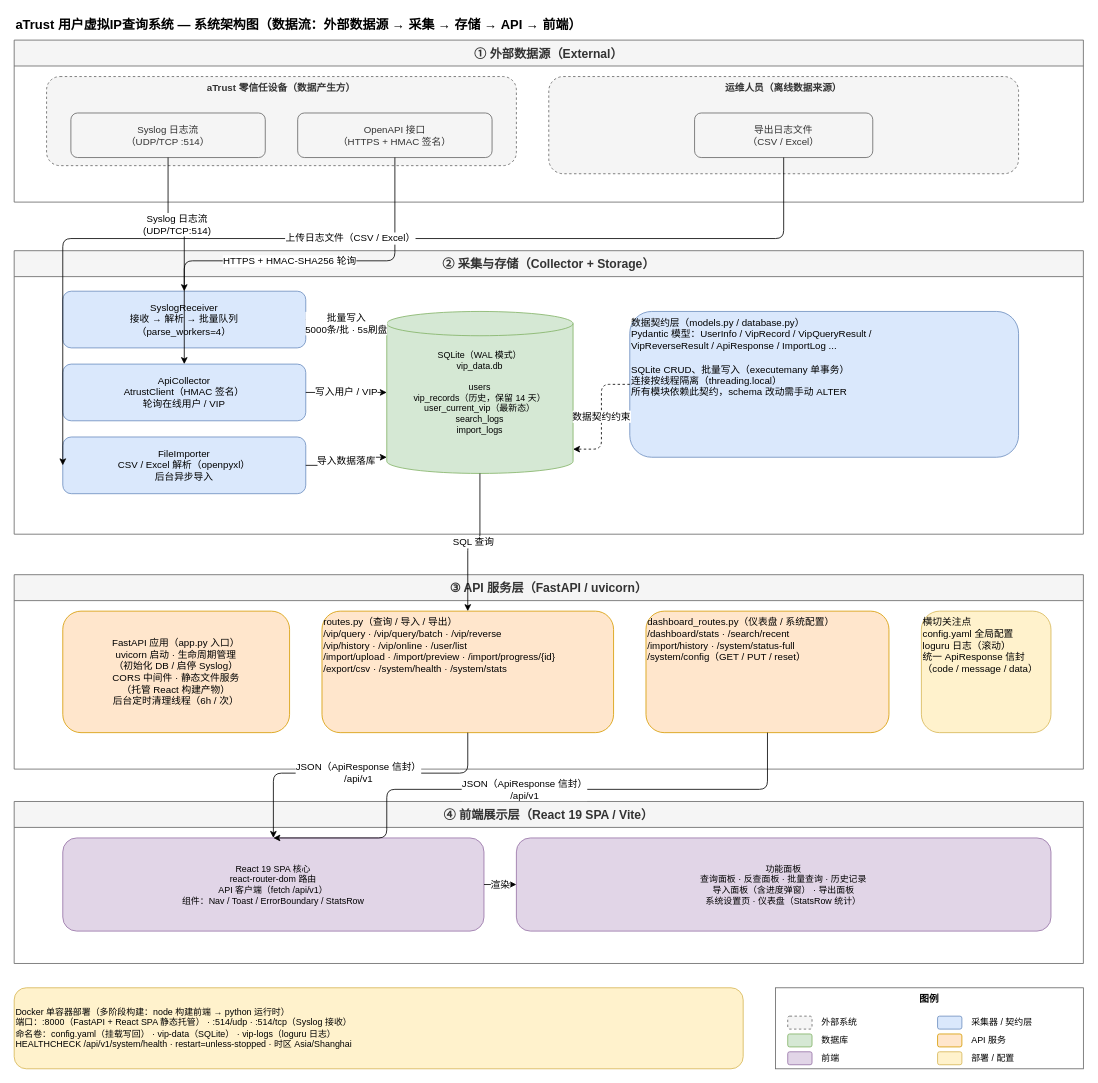
skillre/atrust-vip-query keeps this draw.io diagram as docs/atrust-vip-architecture.drawio. Above is the earlier version. Source tidied: cells renumbered, new cells numbered last; positions are measured from the earlier drawing's top-left corner, leaving out a move shared by most shapes. Both pictures are drawn from the tidied source at 81%, with x=0, y=0 at pixel (14, 14).
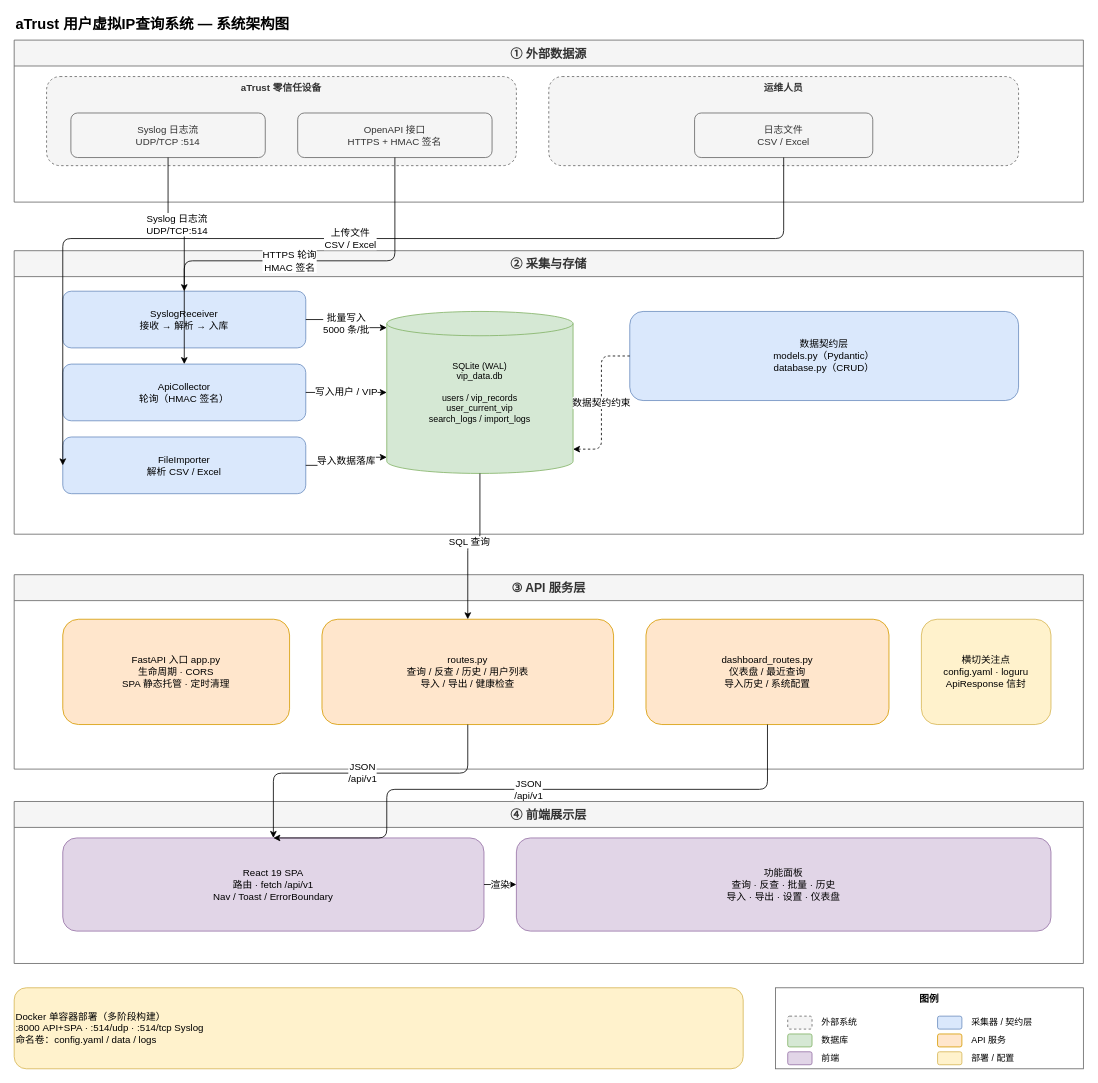
The same diagram, later.

Commit message:
docs: 架构图精简文字（每框≤3行），经第4轮 subagent 评审通过定稿

What changed in the source:
```diff
@@
-    <mxCell id="2" value="aTrust 用户虚拟IP查询系统 — 系统架构图（数据流：外部数据源 → 采集 → 存储 → API → 前端）" style="text;html=1;fontSize=16;fontStyle=1;align=left;verticalAlign=middle;" parent="1" vertex="1">
-      <mxGeometry width="1300" height="26" as="geometry" />
+    <mxCell id="2" value="aTrust 用户虚拟IP查询系统 — 系统架构图" style="text;html=1;fontSize=18;fontStyle=1;align=left;verticalAlign=middle;" parent="1" vertex="1">
+      <mxGeometry width="700" height="26" as="geometry" />
     </mxCell>
-    <mxCell id="3" value="① 外部数据源（External）" style="swimlane;startSize=32;fillColor=#f5f5f5;strokeColor=#666666;whiteSpace=wrap;html=1;fontStyle=1;fontSize=15;fontColor=#333333;" parent="1" vertex="1">
+    <mxCell id="3" value="① 外部数据源" style="swimlane;startSize=32;fillColor=#f5f5f5;strokeColor=#666666;whiteSpace=wrap;html=1;fontStyle=1;fontSize=15;fontColor=#333333;" parent="1" vertex="1">
       <mxGeometry y="32" width="1320" height="200" as="geometry" />
     </mxCell>
-    <mxCell id="4" value="aTrust 零信任设备（数据产生方）" style="rounded=1;dashed=1;fillColor=#f5f5f5;strokeColor=#666666;whiteSpace=wrap;html=1;verticalAlign=top;fontStyle=1;fontColor=#333333;" parent="3" vertex="1">
+    <mxCell id="4" value="aTrust 零信任设备" style="rounded=1;dashed=1;fillColor=#f5f5f5;strokeColor=#666666;whiteSpace=wrap;html=1;verticalAlign=top;fontStyle=1;fontColor=#333333;" parent="3" vertex="1">
       <mxGeometry x="40" y="45" width="580" height="110" as="geometry" />
     </mxCell>
-    <mxCell id="5" value="Syslog 日志流&#10;（UDP/TCP :514）" style="rounded=1;whiteSpace=wrap;html=1;fillColor=#f5f5f5;strokeColor=#666666;fontColor=#333333;" parent="4" vertex="1">
+    <mxCell id="5" value="Syslog 日志流&#10;UDP/TCP :514" style="rounded=1;whiteSpace=wrap;html=1;fillColor=#f5f5f5;strokeColor=#666666;fontColor=#333333;" parent="4" vertex="1">
       <mxGeometry x="30" y="45" width="240" height="55" as="geometry" />
     </mxCell>
-    <mxCell id="6" value="OpenAPI 接口&#10;（HTTPS + HMAC 签名）" style="rounded=1;whiteSpace=wrap;html=1;fillColor=#f5f5f5;strokeColor=#666666;fontColor=#333333;" parent="4" vertex="1">
+    <mxCell id="6" value="OpenAPI 接口&#10;HTTPS + HMAC 签名" style="rounded=1;whiteSpace=wrap;html=1;fillColor=#f5f5f5;strokeColor=#666666;fontColor=#333333;" parent="4" vertex="1">
       <mxGeometry x="310" y="45" width="240" height="55" as="geometry" />
     </mxCell>
-    <mxCell id="7" value="运维人员（离线数据来源）" style="rounded=1;dashed=1;fillColor=#f5f5f5;strokeColor=#666666;whiteSpace=wrap;html=1;verticalAlign=top;fontStyle=1;fontColor=#333333;" parent="3" vertex="1">
-      <mxGeometry x="660" y="45" width="580" height="120" as="geometry" />
+    <mxCell id="7" value="运维人员" style="rounded=1;dashed=1;fillColor=#f5f5f5;strokeColor=#666666;whiteSpace=wrap;html=1;verticalAlign=top;fontStyle=1;fontColor=#333333;" parent="3" vertex="1">
+      <mxGeometry x="660" y="45" width="580" height="110" as="geometry" />
     </mxCell>
-    <mxCell id="8" value="导出日志文件&#10;（CSV / Excel）" style="rounded=1;whiteSpace=wrap;html=1;fillColor=#f5f5f5;strokeColor=#666666;fontColor=#333333;" parent="7" vertex="1">
+    <mxCell id="8" value="日志文件&#10;CSV / Excel" style="rounded=1;whiteSpace=wrap;html=1;fillColor=#f5f5f5;strokeColor=#666666;fontColor=#333333;" parent="7" vertex="1">
       <mxGeometry x="180" y="45" width="220" height="55" as="geometry" />
     </mxCell>
-    <mxCell id="9" value="② 采集与存储（Collector + Storage）" style="swimlane;startSize=32;fillColor=#f5f5f5;strokeColor=#666666;whiteSpace=wrap;html=1;fontStyle=1;fontSize=15;fontColor=#333333;" parent="1" vertex="1">
+    <mxCell id="9" value="② 采集与存储" style="swimlane;startSize=32;fillColor=#f5f5f5;strokeColor=#666666;whiteSpace=wrap;html=1;fontStyle=1;fontSize=15;fontColor=#333333;" parent="1" vertex="1">
       <mxGeometry y="292" width="1320" height="350" as="geometry" />
     </mxCell>
-    <mxCell id="10" value="SyslogReceiver&#10;接收 → 解析 → 批量队列&#10;（parse_workers=4）" style="rounded=1;whiteSpace=wrap;html=1;fillColor=#dae8fc;strokeColor=#6c8ebf;fontSize=12;" parent="9" vertex="1">
+    <mxCell id="10" value="SyslogReceiver&#10;接收 → 解析 → 入库" style="rounded=1;whiteSpace=wrap;html=1;fillColor=#dae8fc;strokeColor=#6c8ebf;fontSize=12;" parent="9" vertex="1">
       <mxGeometry x="60" y="50" width="300" height="70" as="geometry" />
     </mxCell>
-    <mxCell id="11" value="ApiCollector&#10;AtrustClient（HMAC 签名）&#10;轮询在线用户 / VIP" style="rounded=1;whiteSpace=wrap;html=1;fillColor=#dae8fc;strokeColor=#6c8ebf;fontSize=12;" parent="9" vertex="1">
+    <mxCell id="11" value="ApiCollector&#10;轮询（HMAC 签名）" style="rounded=1;whiteSpace=wrap;html=1;fillColor=#dae8fc;strokeColor=#6c8ebf;fontSize=12;" parent="9" vertex="1">
       <mxGeometry x="60" y="140" width="300" height="70" as="geometry" />
     </mxCell>
-    <mxCell id="12" value="FileImporter&#10;CSV / Excel 解析（openpyxl）&#10;后台异步导入" style="rounded=1;whiteSpace=wrap;html=1;fillColor=#dae8fc;strokeColor=#6c8ebf;fontSize=12;" parent="9" vertex="1">
+    <mxCell id="12" value="FileImporter&#10;解析 CSV / Excel" style="rounded=1;whiteSpace=wrap;html=1;fillColor=#dae8fc;strokeColor=#6c8ebf;fontSize=12;" parent="9" vertex="1">
       <mxGeometry x="60" y="230" width="300" height="70" as="geometry" />
     </mxCell>
-    <mxCell id="13" value="SQLite（WAL 模式）&#10;vip_data.db&#10;&#10;users&#10;vip_records（历史，保留 14 天）&#10;user_current_vip（最新态）&#10;search_logs&#10;import_logs" style="shape=cylinder3;whiteSpace=wrap;html=1;fillColor=#d5e8d4;strokeColor=#82b366;fontSize=11;" parent="9" vertex="1">
+    <mxCell id="13" value="SQLite (WAL)&#10;vip_data.db&#10;&#10;users / vip_records&#10;user_current_vip&#10;search_logs / import_logs" style="shape=cylinder3;whiteSpace=wrap;html=1;fillColor=#d5e8d4;strokeColor=#82b366;fontSize=11;" parent="9" vertex="1">
       <mxGeometry x="460" y="75" width="230" height="200" as="geometry" />
     </mxCell>
-    <mxCell id="14" value="数据契约层（models.py / database.py）&#10;Pydantic 模型：UserInfo / VipRecord / VipQueryResult /&#10;VipReverseResult / ApiResponse / ImportLog ...&#10;&#10;SQLite CRUD、批量写入（executemany 单事务）&#10;连接按线程隔离（threading.local）&#10;所有模块依赖此契约，schema 改动需手动 ALTER" style="rounded=1;whiteSpace=wrap;html=1;fillColor=#dae8fc;strokeColor=#6c8ebf;align=left;verticalAlign=top;fontSize=12;" parent="9" vertex="1">
-      <mxGeometry x="760" y="75" width="480" height="180" as="geometry" />
+    <mxCell id="14" value="数据契约层&#10;models.py（Pydantic）&#10;database.py（CRUD）" style="rounded=1;whiteSpace=wrap;html=1;fillColor=#dae8fc;strokeColor=#6c8ebf;fontSize=12;" parent="9" vertex="1">
+      <mxGeometry x="760" y="75" width="480" height="110" as="geometry" />
     </mxCell>
-    <mxCell id="15" value="③ API 服务层（FastAPI / uvicorn）" style="swimlane;startSize=32;fillColor=#f5f5f5;strokeColor=#666666;whiteSpace=wrap;html=1;fontStyle=1;fontSize=15;fontColor=#333333;" parent="1" vertex="1">
+    <mxCell id="15" value="③ API 服务层" style="swimlane;startSize=32;fillColor=#f5f5f5;strokeColor=#666666;whiteSpace=wrap;html=1;fontStyle=1;fontSize=15;fontColor=#333333;" parent="1" vertex="1">
       <mxGeometry y="692" width="1320" height="240" as="geometry" />
     </mxCell>
-    <mxCell id="16" value="FastAPI 应用（app.py 入口）&#10;uvicorn 启动 · 生命周期管理&#10;（初始化 DB / 启停 Syslog）&#10;CORS 中间件 · 静态文件服务&#10;（托管 React 构建产物）&#10;后台定时清理线程（6h / 次）" style="rounded=1;whiteSpace=wrap;html=1;fillColor=#ffe6cc;strokeColor=#d79b00;fontSize=12;" parent="15" vertex="1">
-      <mxGeometry x="60" y="45" width="280" height="150" as="geometry" />
+    <mxCell id="16" value="FastAPI 入口 app.py&#10;生命周期 · CORS&#10;SPA 静态托管 · 定时清理" style="rounded=1;whiteSpace=wrap;html=1;fillColor=#ffe6cc;strokeColor=#d79b00;fontSize=12;" parent="15" vertex="1">
+      <mxGeometry x="60" y="55" width="280" height="130" as="geometry" />
     </mxCell>
-    <mxCell id="17" value="routes.py（查询 / 导入 / 导出）&#10;/vip/query · /vip/query/batch · /vip/reverse&#10;/vip/history · /vip/online · /user/list&#10;/import/upload · /import/preview · /import/progress/{id}&#10;/export/csv · /system/health · /system/stats" style="rounded=1;whiteSpace=wrap;html=1;fillColor=#ffe6cc;strokeColor=#d79b00;align=left;verticalAlign=top;fontSize=12;" parent="15" vertex="1">
-      <mxGeometry x="380" y="45" width="360" height="150" as="geometry" />
+    <mxCell id="17" value="routes.py&#10;查询 / 反查 / 历史 / 用户列表&#10;导入 / 导出 / 健康检查" style="rounded=1;whiteSpace=wrap;html=1;fillColor=#ffe6cc;strokeColor=#d79b00;fontSize=12;" parent="15" vertex="1">
+      <mxGeometry x="380" y="55" width="360" height="130" as="geometry" />
     </mxCell>
-    <mxCell id="18" value="dashboard_routes.py（仪表盘 / 系统配置）&#10;/dashboard/stats · /search/recent&#10;/import/history · /system/status-full&#10;/system/config（GET / PUT / reset）" style="rounded=1;whiteSpace=wrap;html=1;fillColor=#ffe6cc;strokeColor=#d79b00;align=left;verticalAlign=top;fontSize=12;" parent="15" vertex="1">
-      <mxGeometry x="780" y="45" width="300" height="150" as="geometry" />
+    <mxCell id="18" value="dashboard_routes.py&#10;仪表盘 / 最近查询&#10;导入历史 / 系统配置" style="rounded=1;whiteSpace=wrap;html=1;fillColor=#ffe6cc;strokeColor=#d79b00;fontSize=12;" parent="15" vertex="1">
+      <mxGeometry x="780" y="55" width="300" height="130" as="geometry" />
     </mxCell>
-    <mxCell id="19" value="横切关注点&#10;config.yaml 全局配置&#10;loguru 日志（滚动）&#10;统一 ApiResponse 信封&#10;（code / message / data）" style="rounded=1;whiteSpace=wrap;html=1;fillColor=#fff2cc;strokeColor=#d6b656;align=left;verticalAlign=top;fontSize=12;" parent="15" vertex="1">
-      <mxGeometry x="1120" y="45" width="160" height="150" as="geometry" />
+    <mxCell id="19" value="横切关注点&#10;config.yaml · loguru&#10;ApiResponse 信封" style="rounded=1;whiteSpace=wrap;html=1;fillColor=#fff2cc;strokeColor=#d6b656;fontSize=12;" parent="15" vertex="1">
+      <mxGeometry x="1120" y="55" width="160" height="130" as="geometry" />
     </mxCell>
-    <mxCell id="20" value="④ 前端展示层（React 19 SPA / Vite）" style="swimlane;startSize=32;fillColor=#f5f5f5;strokeColor=#666666;whiteSpace=wrap;html=1;fontStyle=1;fontSize=15;fontColor=#333333;" parent="1" vertex="1">
+    <mxCell id="20" value="④ 前端展示层" style="swimlane;startSize=32;fillColor=#f5f5f5;strokeColor=#666666;whiteSpace=wrap;html=1;fontStyle=1;fontSize=15;fontColor=#333333;" parent="1" vertex="1">
       <mxGeometry y="972" width="1320" height="200" as="geometry" />
     </mxCell>
-    <mxCell id="21" value="React 19 SPA 核心&#10;react-router-dom 路由&#10;API 客户端（fetch /api/v1）&#10;组件：Nav / Toast / ErrorBoundary / StatsRow" style="rounded=1;whiteSpace=wrap;html=1;fillColor=#e1d5e7;strokeColor=#9673a6;fontSize=11;" parent="20" vertex="1">
+    <mxCell id="21" value="React 19 SPA&#10;路由 · fetch /api/v1&#10;Nav / Toast / ErrorBoundary" style="rounded=1;whiteSpace=wrap;html=1;fillColor=#e1d5e7;strokeColor=#9673a6;fontSize=12;" parent="20" vertex="1">
       <mxGeometry x="60" y="45" width="520" height="115" as="geometry" />
     </mxCell>
-    <mxCell id="22" value="功能面板&#10;查询面板 · 反查面板 · 批量查询 · 历史记录&#10;导入面板（含进度弹窗） · 导出面板&#10;系统设置页 · 仪表盘（StatsRow 统计）" style="rounded=1;whiteSpace=wrap;html=1;fillColor=#e1d5e7;strokeColor=#9673a6;fontSize=11;" parent="20" vertex="1">
+    <mxCell id="22" value="功能面板&#10;查询 · 反查 · 批量 · 历史&#10;导入 · 导出 · 设置 · 仪表盘" style="rounded=1;whiteSpace=wrap;html=1;fillColor=#e1d5e7;strokeColor=#9673a6;fontSize=12;" parent="20" vertex="1">
       <mxGeometry x="620" y="45" width="660" height="115" as="geometry" />
     </mxCell>
-    <mxCell id="23" value="Docker 单容器部署（多阶段构建：node 构建前端 → python 运行时）&#10;端口：:8000（FastAPI + React SPA 静态托管） · :514/udp · :514/tcp（Syslog 接收）&#10;命名卷：config.yaml（挂载写回） · vip-data（SQLite） · vip-logs（loguru 日志）&#10;HEALTHCHECK /api/v1/system/health · restart=unless-stopped · 时区 Asia/Shanghai" style="rounded=1;whiteSpace=wrap;html=1;fillColor=#fff2cc;strokeColor=#d6b656;align=left;verticalAlign=middle;fontSize=11;" parent="1" vertex="1">
+    <mxCell id="23" value="Docker 单容器部署（多阶段构建）&#10;:8000 API+SPA · :514/udp · :514/tcp Syslog&#10;命名卷：config.yaml / data / logs" style="rounded=1;whiteSpace=wrap;html=1;fillColor=#fff2cc;strokeColor=#d6b656;align=left;verticalAlign=middle;fontSize=12;" parent="1" vertex="1">
       <mxGeometry y="1202" width="900" height="100" as="geometry" />
     </mxCell>
@@
-    <mxCell id="37" value="Syslog 日志流&#10;(UDP/TCP:514)" style="edgeStyle=orthogonalEdgeStyle;rounded=1;jettySize=auto;html=1;fontSize=12;labelBackgroundColor=#ffffff;exitX=0.5;exitY=1;exitDx=0;exitDy=0;entryX=0.5;entryY=0;entryDx=0;entryDy=0;" parent="1" edge="1" source="5" target="10">
+    <mxCell id="37" value="Syslog 日志流&#10;UDP/TCP:514" style="edgeStyle=orthogonalEdgeStyle;rounded=1;jettySize=auto;html=1;fontSize=12;labelBackgroundColor=#ffffff;exitX=0.5;exitY=1;exitDx=0;exitDy=0;entryX=0.5;entryY=0;entryDx=0;entryDy=0;" parent="1" edge="1" source="5" target="10">
       <mxGeometry relative="1" as="geometry" />
     </mxCell>
-    <mxCell id="38" value="HTTPS + HMAC-SHA256 轮询" style="edgeStyle=orthogonalEdgeStyle;rounded=1;jettySize=auto;html=1;fontSize=12;labelBackgroundColor=#ffffff;exitX=0.5;exitY=1;exitDx=0;exitDy=0;entryX=0.5;entryY=0;entryDx=0;entryDy=0;" parent="1" edge="1" source="6" target="11">
+    <mxCell id="38" value="HTTPS 轮询&#10;HMAC 签名" style="edgeStyle=orthogonalEdgeStyle;rounded=1;jettySize=auto;html=1;fontSize=12;labelBackgroundColor=#ffffff;exitX=0.5;exitY=1;exitDx=0;exitDy=0;entryX=0.5;entryY=0;entryDx=0;entryDy=0;" parent="1" edge="1" source="6" target="11">
       <mxGeometry relative="1" as="geometry" />
     </mxCell>
-    <mxCell id="39" value="上传日志文件（CSV / Excel）" style="edgeStyle=orthogonalEdgeStyle;rounded=1;jettySize=auto;html=1;fontSize=12;labelBackgroundColor=#ffffff;exitX=0.5;exitY=1;exitDx=0;exitDy=0;entryX=0;entryY=0.5;entryDx=0;entryDy=0;" parent="1" edge="1" source="8" target="12">
+    <mxCell id="39" value="上传文件&#10;CSV / Excel" style="edgeStyle=orthogonalEdgeStyle;rounded=1;jettySize=auto;html=1;fontSize=12;labelBackgroundColor=#ffffff;exitX=0.5;exitY=1;exitDx=0;exitDy=0;entryX=0;entryY=0.5;entryDx=0;entryDy=0;" parent="1" edge="1" source="8" target="12">
       <mxGeometry relative="1" as="geometry">
         <Array as="points">
           <mxPoint x="950" y="277" />
           <mxPoint x="60" y="277" />
         </Array>
       </mxGeometry>
     </mxCell>
-    <mxCell id="40" value="批量写入&#10;5000条/批 · 5s刷盘" style="edgeStyle=orthogonalEdgeStyle;rounded=1;jettySize=auto;html=1;fontSize=12;labelBackgroundColor=#ffffff;exitX=1;exitY=0.5;exitDx=0;exitDy=0;entryX=0;entryY=0.1;entryDx=0;entryDy=0;" parent="1" edge="1" source="10" target="13">
+    <mxCell id="40" value="批量写入&#10;5000 条/批" style="edgeStyle=orthogonalEdgeStyle;rounded=1;jettySize=auto;html=1;fontSize=12;labelBackgroundColor=#ffffff;exitX=1;exitY=0.5;exitDx=0;exitDy=0;entryX=0;entryY=0.1;entryDx=0;entryDy=0;" parent="1" edge="1" source="10" target="13">
       <mxGeometry relative="1" as="geometry" />
     </mxCell>
@@
-    <mxCell id="45" value="JSON（ApiResponse 信封）&#10;/api/v1" style="edgeStyle=orthogonalEdgeStyle;rounded=1;jettySize=auto;html=1;fontSize=12;labelBackgroundColor=#ffffff;exitX=0.5;exitY=1;exitDx=0;exitDy=0;entryX=0.5;entryY=0;entryDx=0;entryDy=0;" parent="1" edge="1" source="17" target="21">
+    <mxCell id="45" value="JSON&#10;/api/v1" style="edgeStyle=orthogonalEdgeStyle;rounded=1;jettySize=auto;html=1;fontSize=12;labelBackgroundColor=#ffffff;exitX=0.5;exitY=1;exitDx=0;exitDy=0;entryX=0.5;entryY=0;entryDx=0;entryDy=0;" parent="1" edge="1" source="17" target="21">
       <mxGeometry relative="1" as="geometry">
         <Array as="points">
           <mxPoint x="560" y="937" />
           <mxPoint x="320" y="937" />
         </Array>
       </mxGeometry>
     </mxCell>
-    <mxCell id="46" value="JSON（ApiResponse 信封）&#10;/api/v1" style="edgeStyle=orthogonalEdgeStyle;rounded=1;jettySize=auto;html=1;fontSize=12;labelBackgroundColor=#ffffff;exitX=0.5;exitY=1;exitDx=0;exitDy=0;entryX=0.5;entryY=0;entryDx=0;entryDy=0;" parent="1" edge="1" source="18" target="21">
+    <mxCell id="46" value="JSON&#10;/api/v1" style="edgeStyle=orthogonalEdgeStyle;rounded=1;jettySize=auto;html=1;fontSize=12;labelBackgroundColor=#ffffff;exitX=0.5;exitY=1;exitDx=0;exitDy=0;entryX=0.5;entryY=0;entryDx=0;entryDy=0;" parent="1" edge="1" source="18" target="21">
       <mxGeometry relative="1" as="geometry">
         <Array as="points">
           <mxPoint x="930" y="957" />
           <mxPoint x="460" y="957" />
         </Array>
       </mxGeometry>
     </mxCell>
```
